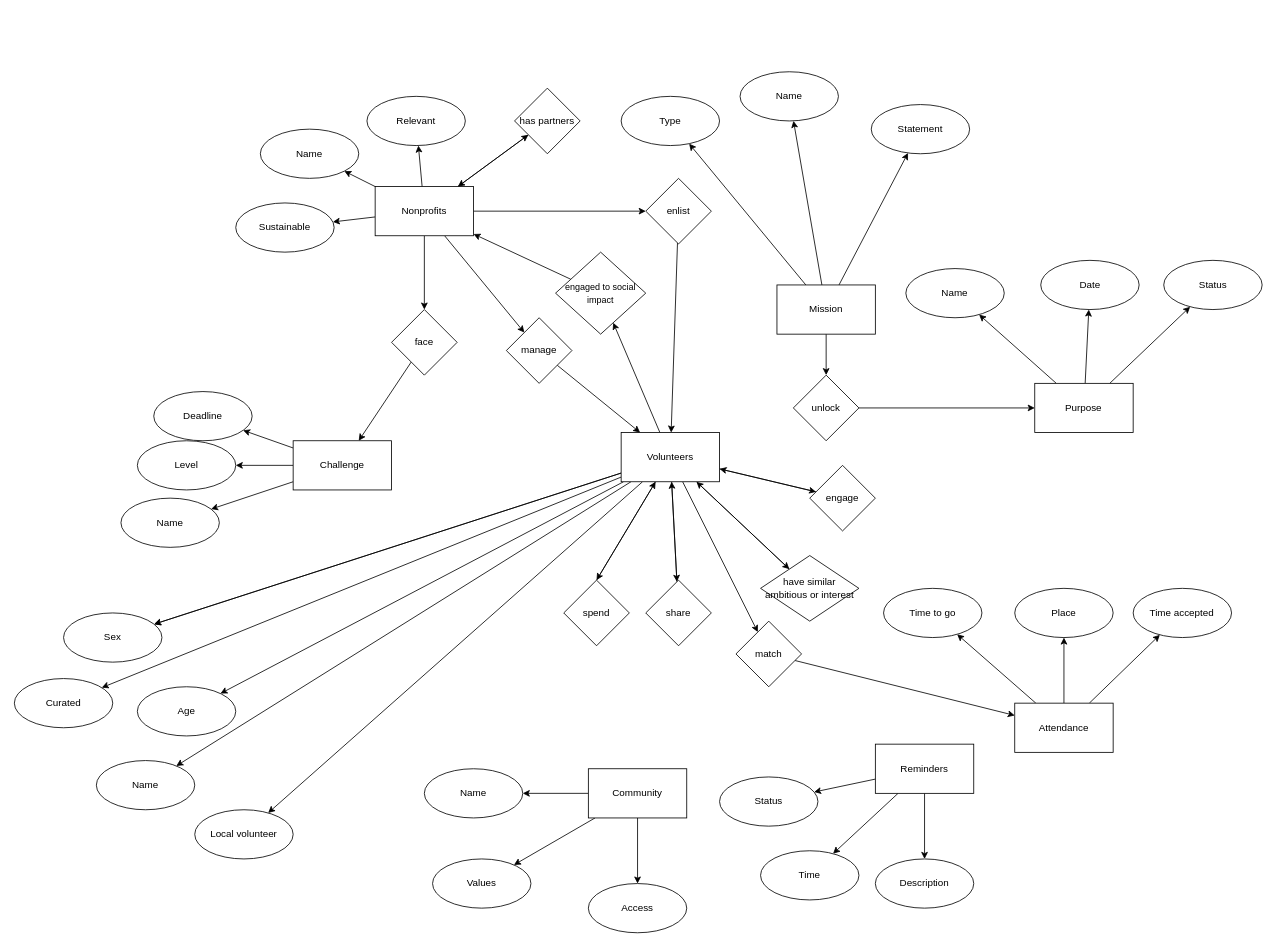
thenemy/hi-all keeps this draw.io diagram as Untitled Diagram.drawio. Above is the earlier version. Source tidied: cells renumbered, new cells numbered last; positions are measured from the earlier drawing's top-left corner, leaving out a move shared by most shapes. Both pictures are drawn from the tidied source at 82%, with x=0, y=0 at pixel (14, 71).
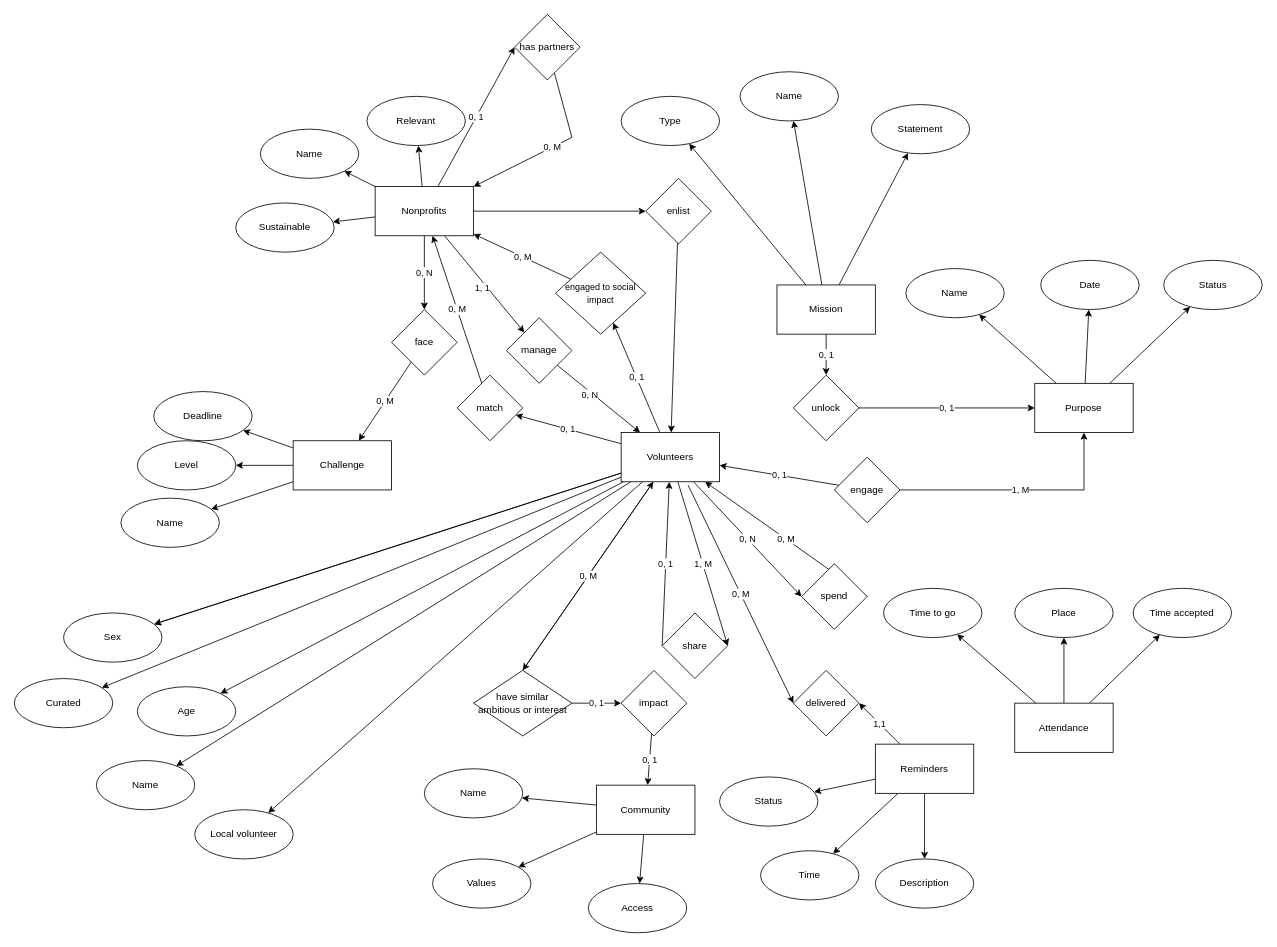
Above is the later version.

The change refers to these unchanged cells:
```xml
<mxCell id="9" value="Nonprofits" style="rounded=0;whiteSpace=wrap;html=1;" parent="1" vertex="1">
  <mxGeometry x="440" y="140" width="120" height="60" as="geometry" />
</mxCell>
<mxCell id="13" value="Purpose" style="rounded=0;whiteSpace=wrap;html=1;" parent="1" vertex="1">
  <mxGeometry x="1244.4" y="380" width="120" height="60" as="geometry" />
</mxCell>
<mxCell id="26" value="Volunteers" style="rounded=0;whiteSpace=wrap;html=1;" parent="1" vertex="1">
  <mxGeometry x="740" y="440" width="120" height="60" as="geometry" />
</mxCell>
<mxCell id="30" value="Reminders" style="rounded=0;whiteSpace=wrap;html=1;" parent="1" vertex="1">
  <mxGeometry x="1050" y="820" width="120" height="60" as="geometry" />
</mxCell>
<mxCell id="39" value="Mission" style="rounded=0;whiteSpace=wrap;html=1;" parent="1" vertex="1">
  <mxGeometry x="930" y="260" width="120" height="60" as="geometry" />
</mxCell>
<mxCell id="43" value="Challenge" style="rounded=0;whiteSpace=wrap;html=1;" parent="1" vertex="1">
  <mxGeometry x="340" y="450" width="120" height="60" as="geometry" />
</mxCell>
<mxCell id="47" value="Attendance" style="rounded=0;whiteSpace=wrap;html=1;" parent="1" vertex="1">
  <mxGeometry x="1220" y="770" width="120" height="60" as="geometry" />
</mxCell>
<mxCell id="75" value="face" style="rhombus;whiteSpace=wrap;html=1;rounded=0;" parent="1" vertex="1">
  <mxGeometry x="460" y="290" width="80" height="80" as="geometry" />
</mxCell>
<mxCell id="79" value="&lt;div&gt;&lt;span&gt;&lt;font style=&quot;font-size: 11px&quot;&gt;engaged to social impact&lt;/font&gt;&lt;/span&gt;&lt;/div&gt;" style="rhombus;whiteSpace=wrap;html=1;rounded=0;align=center;" parent="1" vertex="1">
  <mxGeometry x="660" y="220" width="110" height="100" as="geometry" />
</mxCell>
<mxCell id="87" value="unlock" style="rhombus;whiteSpace=wrap;html=1;rounded=0;" parent="1" vertex="1">
  <mxGeometry x="950" y="370" width="80" height="80" as="geometry" />
</mxCell>
```

Diff of the diagram source:
```diff
@@
-    <mxCell id="5" style="edgeStyle=orthogonalEdgeStyle;rounded=0;jettySize=auto;html=1;" parent="1" edge="1" source="9" target="75">
+    <mxCell id="5" value="0, N" style="edgeStyle=orthogonalEdgeStyle;rounded=0;jettySize=auto;html=1;" parent="1" edge="1" source="9" target="75">
       <mxGeometry relative="1" as="geometry" />
     </mxCell>
@@
-    <mxCell id="8" style="edgeStyle=none;rounded=0;jettySize=auto;html=1;fontSize=11;" parent="1" edge="1" source="9" target="93">
-      <mxGeometry relative="1" as="geometry" />
+    <mxCell id="8" value="0, M" style="edgeStyle=none;rounded=0;jettySize=auto;html=1;fontSize=11;" parent="1" edge="1" source="93" target="9">
+      <mxGeometry relative="1" as="geometry">
+        <Array as="points">
+          <mxPoint x="680" y="80" />
+        </Array>
+      </mxGeometry>
     </mxCell>
@@
-    <mxCell id="20" style="edgeStyle=none;rounded=0;jettySize=auto;html=1;" parent="1" edge="1" source="26" target="79">
+    <mxCell id="20" value="0, 1" style="edgeStyle=none;rounded=0;jettySize=auto;html=1;" parent="1" edge="1" source="26" target="79">
       <mxGeometry relative="1" as="geometry" />
     </mxCell>
-    <mxCell id="21" style="edgeStyle=none;rounded=0;jettySize=auto;html=1;fontSize=11;" parent="1" edge="1" source="26" target="81">
+    <mxCell id="21" value="1, M" style="edgeStyle=none;rounded=0;jettySize=auto;html=1;fontSize=11;entryX=1;entryY=0.5;entryDx=0;entryDy=0;" parent="1" edge="1" source="26" target="81">
       <mxGeometry relative="1" as="geometry" />
     </mxCell>
-    <mxCell id="22" style="edgeStyle=none;rounded=0;jettySize=auto;html=1;fontSize=11;entryX=0.5;entryY=0;entryDx=0;entryDy=0;" parent="1" edge="1" source="26" target="83">
+    <mxCell id="22" value="0, N" style="edgeStyle=none;rounded=0;jettySize=auto;html=1;fontSize=11;entryX=0;entryY=0.5;entryDx=0;entryDy=0;" parent="1" edge="1" source="26" target="83">
       <mxGeometry relative="1" as="geometry" />
     </mxCell>
-    <mxCell id="23" style="edgeStyle=none;rounded=0;jettySize=auto;html=1;fontSize=11;" parent="1" edge="1" source="26" target="85">
-      <mxGeometry relative="1" as="geometry" />
+    <mxCell id="23" style="edgeStyle=none;rounded=0;jettySize=auto;html=1;fontSize=11;" parent="1" edge="1" source="26">
+      <mxGeometry relative="1" as="geometry">
+        <mxPoint x="620" y="730" as="targetPoint" />
+      </mxGeometry>
     </mxCell>
-    <mxCell id="24" style="edgeStyle=none;rounded=0;jettySize=auto;html=1;fontSize=11;" parent="1" edge="1" source="26" target="89">
+    <mxCell id="24" value="0, 1" style="edgeStyle=none;rounded=0;jettySize=auto;html=1;fontSize=11;" parent="1" edge="1" source="89" target="26">
       <mxGeometry relative="1" as="geometry" />
     </mxCell>
-    <mxCell id="25" style="edgeStyle=none;rounded=0;jettySize=auto;html=1;fontSize=11;" parent="1" edge="1" source="26" target="95">
+    <mxCell id="25" value="0, 1" style="edgeStyle=none;rounded=0;jettySize=auto;html=1;fontSize=11;" parent="1" edge="1" source="26" target="95">
       <mxGeometry relative="1" as="geometry" />
     </mxCell>
@@
+    <mxCell id="96" value="1,1" style="rounded=0;jettySize=auto;html=1;entryX=1;entryY=0.5;entryDx=0;entryDy=0;" parent="1" edge="1" source="30" target="104">
+      <mxGeometry relative="1" as="geometry" />
+    </mxCell>
@@
     <mxCell id="34" value="Community" style="rounded=0;whiteSpace=wrap;html=1;" parent="1" vertex="1">
-      <mxGeometry x="700" y="850" width="120" height="60" as="geometry" />
+      <mxGeometry x="710" y="870" width="120" height="60" as="geometry" />
     </mxCell>
@@
-    <mxCell id="38" style="edgeStyle=none;rounded=0;jettySize=auto;html=1;fontSize=11;" parent="1" edge="1" source="39" target="87">
+    <mxCell id="38" value="0, 1" style="edgeStyle=none;rounded=0;jettySize=auto;html=1;fontSize=11;" parent="1" edge="1" source="39" target="87">
       <mxGeometry relative="1" as="geometry" />
     </mxCell>
@@
-    <mxCell id="74" style="rounded=0;jettySize=auto;html=1;" parent="1" edge="1" source="75" target="43">
+    <mxCell id="74" value="0, M" style="rounded=0;jettySize=auto;html=1;" parent="1" edge="1" source="75" target="43">
       <mxGeometry relative="1" as="geometry" />
     </mxCell>
@@
-    <mxCell id="78" style="edgeStyle=none;rounded=0;jettySize=auto;html=1;fontSize=11;" parent="1" edge="1" source="79" target="9">
+    <mxCell id="78" value="0, M" style="edgeStyle=none;rounded=0;jettySize=auto;html=1;fontSize=11;" parent="1" edge="1" source="79" target="9">
       <mxGeometry relative="1" as="geometry" />
     </mxCell>
@@
-    <mxCell id="80" style="edgeStyle=none;rounded=0;jettySize=auto;html=1;fontSize=11;" parent="1" edge="1" source="81" target="26">
+    <mxCell id="80" value="0, 1" style="edgeStyle=none;rounded=0;jettySize=auto;html=1;fontSize=11;exitX=0;exitY=0.5;exitDx=0;exitDy=0;" parent="1" edge="1" source="81" target="26">
       <mxGeometry relative="1" as="geometry" />
     </mxCell>
     <mxCell id="81" value="share" style="rhombus;whiteSpace=wrap;html=1;rounded=0;" parent="1" vertex="1">
-      <mxGeometry x="770" y="620" width="80" height="80" as="geometry" />
+      <mxGeometry x="790" y="660" width="80" height="80" as="geometry" />
     </mxCell>
-    <mxCell id="82" style="edgeStyle=none;rounded=0;jettySize=auto;html=1;fontSize=11;exitX=0.5;exitY=0;exitDx=0;exitDy=0;" parent="1" edge="1" source="83" target="26">
+    <mxCell id="82" value="0, M" style="edgeStyle=none;rounded=0;jettySize=auto;html=1;fontSize=11;exitX=1;exitY=0.5;exitDx=0;exitDy=0;" parent="1" edge="1" source="83" target="26">
       <mxGeometry relative="1" as="geometry" />
     </mxCell>
     <mxCell id="83" value="spend" style="rhombus;whiteSpace=wrap;html=1;rounded=0;" parent="1" vertex="1">
-      <mxGeometry x="670" y="620" width="80" height="80" as="geometry" />
+      <mxGeometry x="960" y="600" width="80" height="80" as="geometry" />
     </mxCell>
-    <mxCell id="84" style="edgeStyle=none;rounded=0;jettySize=auto;html=1;fontSize=11;" parent="1" edge="1" source="85" target="26">
+    <mxCell id="84" value="0, M" style="edgeStyle=none;rounded=0;jettySize=auto;html=1;fontSize=11;exitX=0.5;exitY=0;exitDx=0;exitDy=0;" parent="1" edge="1" source="85" target="26">
       <mxGeometry relative="1" as="geometry" />
     </mxCell>
+    <mxCell id="97" value="0, 1" style="edgeStyle=orthogonalEdgeStyle;rounded=0;jettySize=auto;html=1;" parent="1" edge="1" source="85" target="103">
+      <mxGeometry relative="1" as="geometry" />
+    </mxCell>
     <mxCell id="85" value="have similar ambitious or interest" style="rhombus;whiteSpace=wrap;html=1;rounded=0;" parent="1" vertex="1">
-      <mxGeometry x="910" y="590" width="120" height="80" as="geometry" />
+      <mxGeometry x="560" y="730" width="120" height="80" as="geometry" />
     </mxCell>
-    <mxCell id="86" style="edgeStyle=none;rounded=0;jettySize=auto;html=1;fontSize=11;" parent="1" edge="1" source="87" target="13">
+    <mxCell id="86" value="0, 1" style="edgeStyle=none;rounded=0;jettySize=auto;html=1;fontSize=11;" parent="1" edge="1" source="87" target="13">
       <mxGeometry relative="1" as="geometry" />
     </mxCell>
@@
-    <mxCell id="88" style="edgeStyle=none;rounded=0;jettySize=auto;html=1;fontSize=11;" parent="1" edge="1" source="89" target="26">
-      <mxGeometry relative="1" as="geometry" />
-    </mxCell>
+    <mxCell id="98" value="1, M" style="edgeStyle=orthogonalEdgeStyle;rounded=0;jettySize=auto;html=1;" parent="1" edge="1" source="89" target="13">
+      <mxGeometry relative="1" as="geometry" />
+    </mxCell>
     <mxCell id="89" value="engage" style="rhombus;whiteSpace=wrap;html=1;rounded=0;" parent="1" vertex="1">
-      <mxGeometry x="970" y="480" width="80" height="80" as="geometry" />
+      <mxGeometry x="1000" y="470" width="80" height="80" as="geometry" />
     </mxCell>
@@
-    <mxCell id="92" style="edgeStyle=none;rounded=0;jettySize=auto;html=1;fontSize=11;" parent="1" edge="1" source="93" target="9">
+    <mxCell id="92" value="0, 1" style="edgeStyle=none;rounded=0;jettySize=auto;html=1;fontSize=11;entryX=0;entryY=0.5;entryDx=0;entryDy=0;" parent="1" edge="1" source="9" target="93">
       <mxGeometry relative="1" as="geometry" />
     </mxCell>
     <mxCell id="93" value="has partners" style="rhombus;whiteSpace=wrap;html=1;rounded=0;" parent="1" vertex="1">
-      <mxGeometry x="610" y="20" width="80" height="80" as="geometry" />
+      <mxGeometry x="610" y="-70" width="80" height="80" as="geometry" />
     </mxCell>
-    <mxCell id="94" style="edgeStyle=none;rounded=0;jettySize=auto;html=1;fontSize=11;" parent="1" edge="1" source="95" target="47">
+    <mxCell id="94" value="0, M" style="edgeStyle=none;rounded=0;jettySize=auto;html=1;fontSize=11;" parent="1" edge="1" source="95" target="9">
       <mxGeometry relative="1" as="geometry" />
     </mxCell>
+    <mxCell id="99" value="0, M" style="rounded=0;jettySize=auto;html=1;entryX=0;entryY=0.5;entryDx=0;entryDy=0;exitX=0.68;exitY=1.068;exitDx=0;exitDy=0;exitPerimeter=0;" parent="1" edge="1" source="26" target="104">
+      <mxGeometry relative="1" as="geometry" />
+    </mxCell>
     <mxCell id="95" value="match" style="rhombus;whiteSpace=wrap;html=1;rounded=0;" parent="1" vertex="1">
-      <mxGeometry x="880" y="670" width="80" height="80" as="geometry" />
+      <mxGeometry x="540" y="370" width="80" height="80" as="geometry" />
     </mxCell>
+    <mxCell id="100" value="&lt;span style=&quot;color: rgb(0 , 0 , 0) ; font-family: &amp;#34;helvetica&amp;#34; ; font-size: 11px ; font-style: normal ; font-weight: 400 ; letter-spacing: normal ; text-align: center ; text-indent: 0px ; text-transform: none ; word-spacing: 0px ; background-color: rgb(255 , 255 , 255) ; display: inline ; float: none&quot;&gt;1, 1&lt;/span&gt;" style="text;whiteSpace=wrap;html=1;" parent="1" vertex="1">
+      <mxGeometry x="560" y="250" width="50" height="30" as="geometry" />
+    </mxCell>
+    <mxCell id="101" value="&lt;span style=&quot;color: rgb(0 , 0 , 0) ; font-family: &amp;#34;helvetica&amp;#34; ; font-size: 11px ; font-style: normal ; font-weight: 400 ; letter-spacing: normal ; text-align: center ; text-indent: 0px ; text-transform: none ; word-spacing: 0px ; background-color: rgb(255 , 255 , 255) ; display: inline ; float: none&quot;&gt;0, N&lt;/span&gt;" style="text;whiteSpace=wrap;html=1;" parent="1" vertex="1">
+      <mxGeometry x="690" y="380" width="50" height="30" as="geometry" />
+    </mxCell>
+    <mxCell id="102" value="0, 1" style="rounded=0;jettySize=auto;html=1;" parent="1" edge="1" source="103" target="34">
+      <mxGeometry relative="1" as="geometry" />
+    </mxCell>
+    <mxCell id="103" value="impact" style="rhombus;whiteSpace=wrap;html=1;rounded=0;" parent="1" vertex="1">
+      <mxGeometry x="740" y="730" width="80" height="80" as="geometry" />
+    </mxCell>
+    <mxCell id="104" value="delivered" style="rhombus;whiteSpace=wrap;html=1;rounded=0;" parent="1" vertex="1">
+      <mxGeometry x="950" y="730" width="80" height="80" as="geometry" />
+    </mxCell>
```
